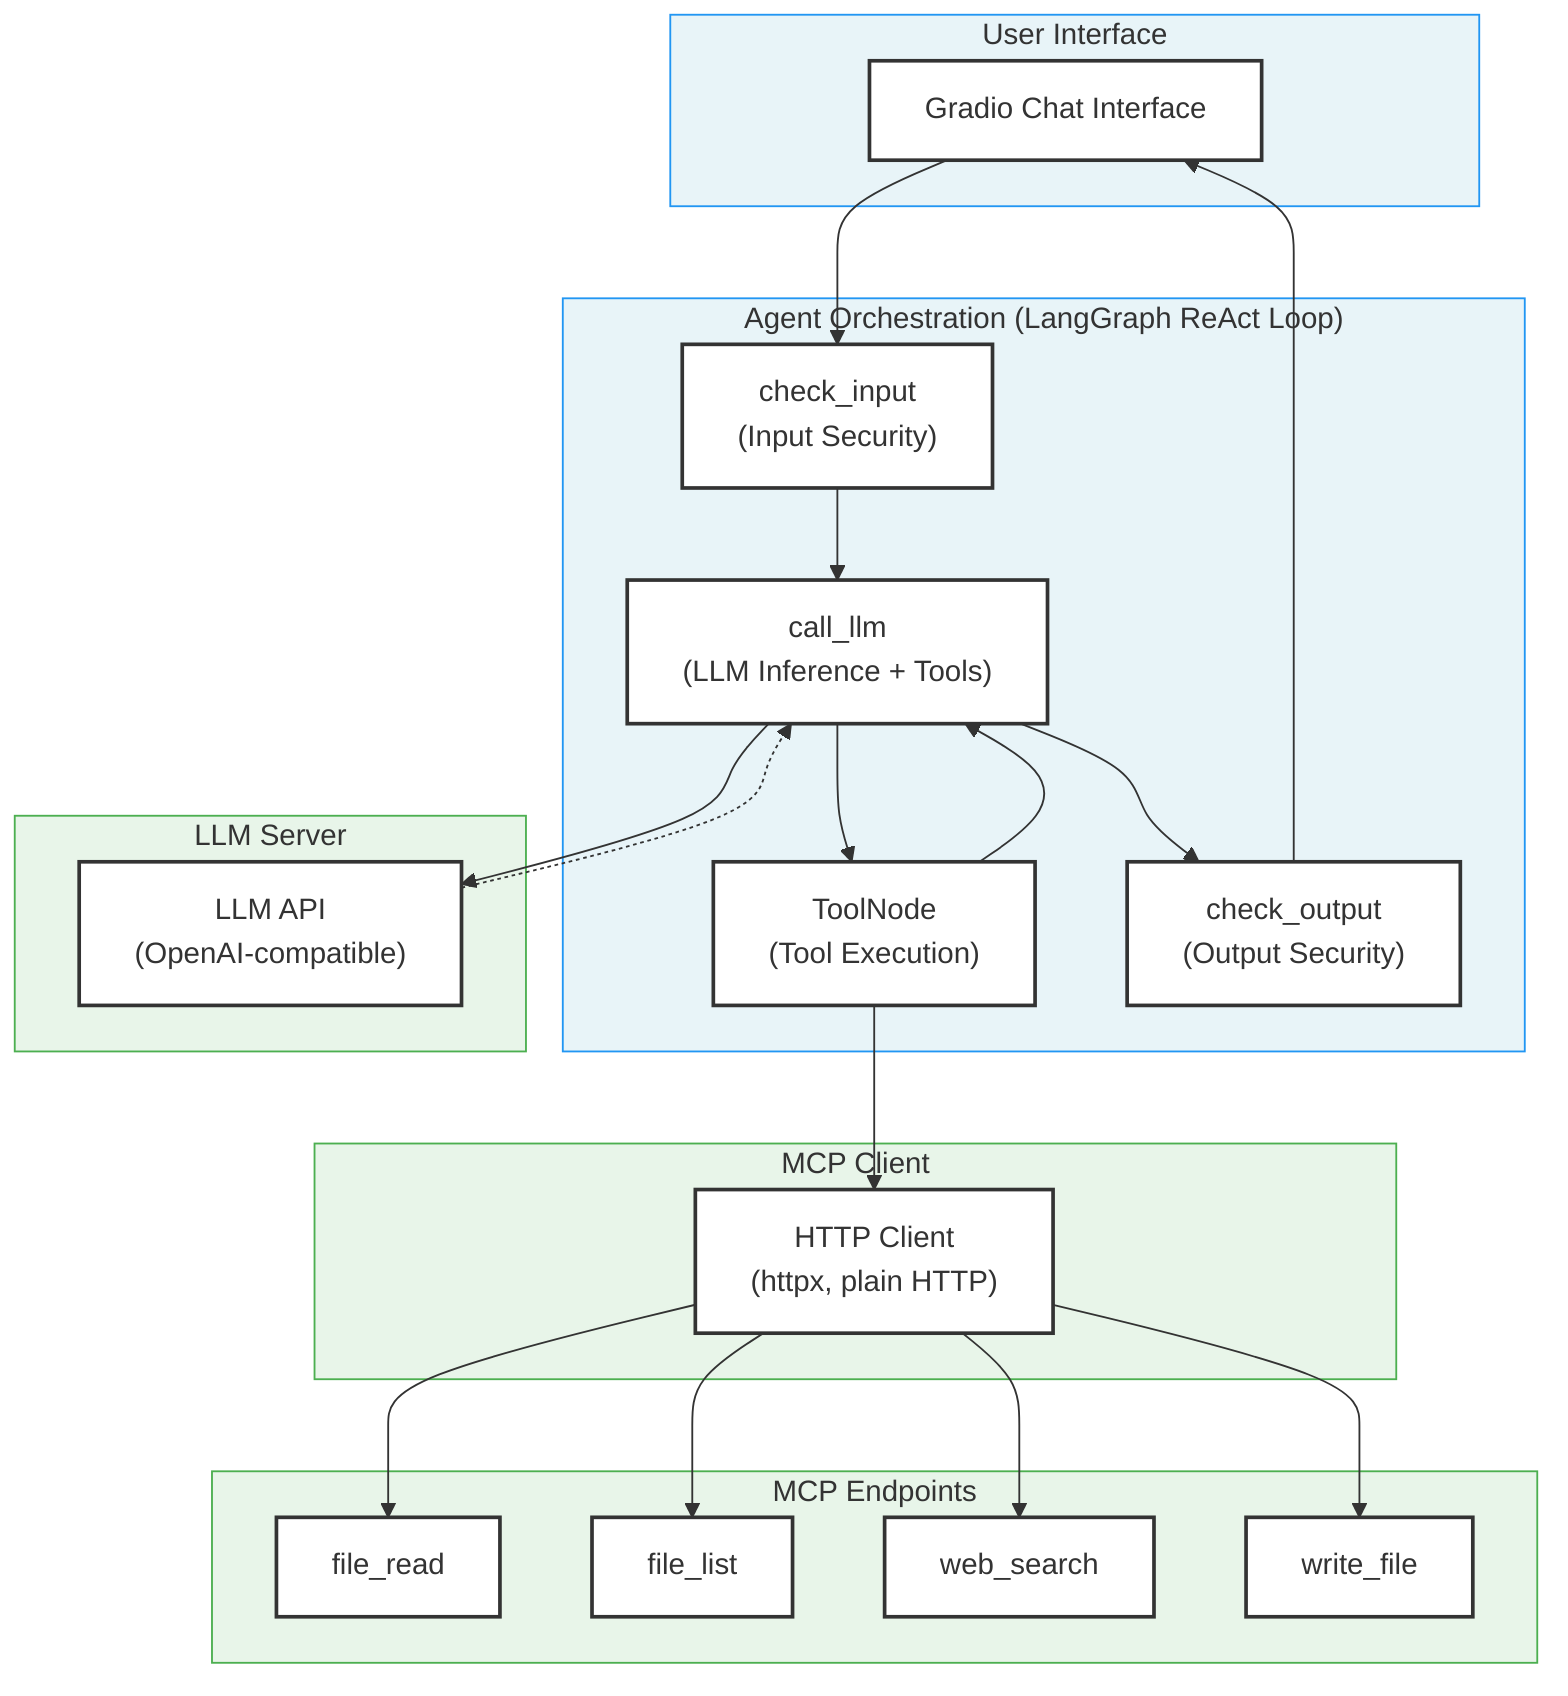
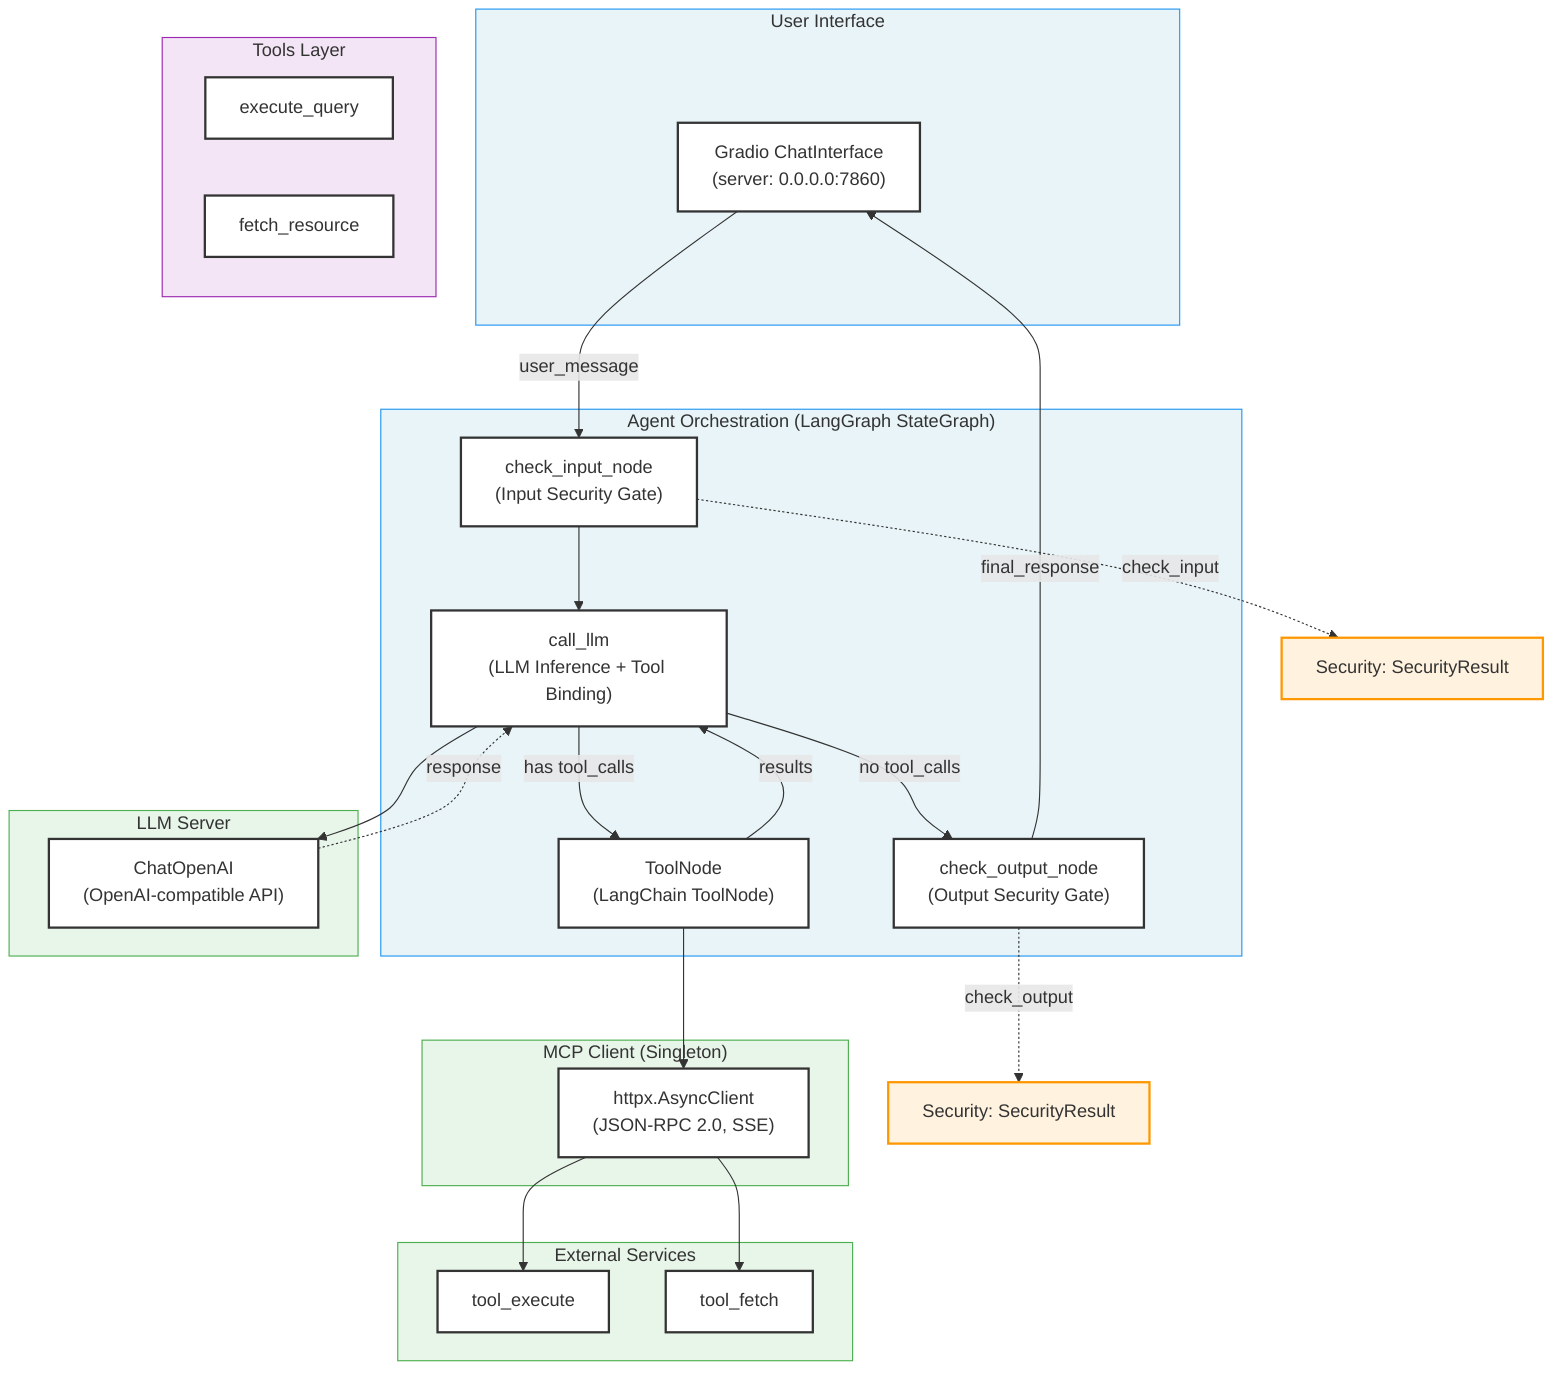
graph TD
    subgraph UserInterface["User Interface"]
-         Gradio["Gradio Chat Interface"]
+         Gradio["Gradio ChatInterface<br/>(server: 0.0.0.0:7860)"]
    end

-     subgraph AgentLayer["Agent Orchestration (LangGraph ReAct Loop)"]
-         CheckInput["check_input<br/>(Input Security)"]
-         CallLLM["call_llm<br/>(LLM Inference + Tools)"]
-         ToolNode["ToolNode<br/>(Tool Execution)"]
-         CheckOutput["check_output<br/>(Output Security)"]
+     subgraph AgentLayer["Agent Orchestration (LangGraph StateGraph)"]
+         CheckInput["check_input_node<br/>(Input Security Gate)"]
+         CallLLM["call_llm<br/>(LLM Inference + Tool Binding)"]
+         ToolNode["ToolNode<br/>(LangChain ToolNode)"]
+         CheckOutput["check_output_node<br/>(Output Security Gate)"]
    end

-     subgraph MCPClient["MCP Client"]
-         MCP_Client["HTTP Client<br/>(httpx, plain HTTP)"]
+     subgraph ToolsLayer["Tools Layer"]
+         ExecuteQuery["execute_query"]
+         FetchResource["fetch_resource"]
    end

-     subgraph MCPEndpoints["MCP Endpoints"]
-         EndpointA["file_read"]
-         EndpointB["file_list"]
-         EndpointC["web_search"]
-         EndpointD["write_file"]
+     subgraph MCPClient["MCP Client (Singleton)"]
+         MCP_Client["httpx.AsyncClient<br/>(JSON-RPC 2.0, SSE)"]
+     end
+ 
+     subgraph ExternalServices["External Services"]
+         EndpointQuery["tool_execute"]
+         EndpointFetch["tool_fetch"]
    end

    subgraph LLM["LLM Server"]
-         LLM_Server["LLM API<br/>(OpenAI-compatible)"]
+         LLM_Server["ChatOpenAI<br/>(OpenAI-compatible API)"]
    end

-     Gradio --> CheckInput
+     %% Main flow
+     Gradio -->|"user_message"| CheckInput
    CheckInput --> CallLLM
-     CallLLM --> ToolNode
+     CallLLM -->|"has tool_calls"| ToolNode
+     ToolNode -->|"results"| CallLLM
+     CallLLM -->|"no tool_calls"| CheckOutput
+     CheckOutput -->|"final_response"| Gradio
+ 
+     %% Tool to MCP Client
    ToolNode --> MCP_Client
-     MCP_Client --> EndpointA
-     MCP_Client --> EndpointB
-     MCP_Client --> EndpointC
-     MCP_Client --> EndpointD
+     MCP_Client --> EndpointQuery
+     MCP_Client --> EndpointFetch

+     %% LLM
    CallLLM --> LLM_Server
-     LLM_Server -.-> CallLLM
+     LLM_Server -.->|"response"| CallLLM

-     ToolNode --> CallLLM
-     CallLLM --> CheckOutput
-     CheckOutput --> Gradio
+     %% Security layer
+     CheckInput -.->|"check_input"| SecurityIn["Security: SecurityResult"]
+     CheckOutput -.->|"check_output"| SecurityOut["Security: SecurityResult"]

+     %% Styles
    classDef default fill:#fff,stroke:#333,stroke-width:2px
    classDef layer fill:#e8f4f8,stroke:#2196F3
    classDef security fill:#fff3e0,stroke:#FF9800
    classDef infra fill:#e8f5e9,stroke:#4CAF50
+     classDef tools fill:#f3e5f5,stroke:#9C27B0

    class UserInterface,AgentLayer layer
-     class MCPClient,MCPEndpoints,LLM infra
+     class MCPClient,ExternalServices,LLM infra
+     class SecurityIn,SecurityOut security
+     class ToolsLayer tools